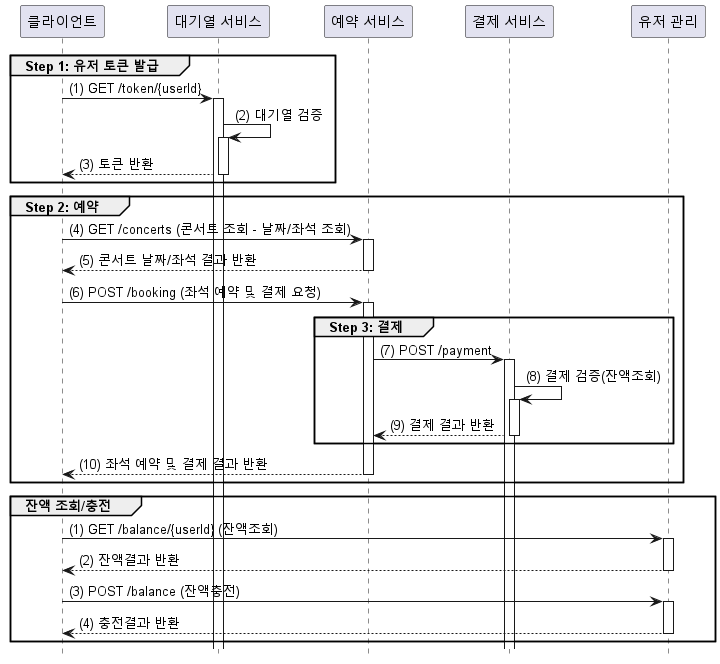
Earlier version of the PlantUML export sequnce-diagram.png (johnowlee/concert-booking). Source of this version:
```plantuml
@startuml

hide footbox
autoactivate on

participant "클라이언트" as clnt
participant "대기열 서비스" as que
participant "예약 서비스" as book
participant "결제 서비스" as pay
participant "유저 관리" as usr

group Step 1: 유저 토큰 발급
    autonumber 1 "(0)"
    clnt -> que : GET /token/{userId}
    que -> que : 대기열 검증
    que --> clnt : 토큰 반환
end

group Step 2: 예약
    autonumber 4 "(0)"
    clnt -> book : GET /concerts (콘서트 조회 - 날짜/좌석 조회)
    book --> clnt : 콘서트 날짜/좌석 결과 반환
    clnt -> book : POST /booking (좌석 예약 및 결제 요청)
    group Step 3: 결제
        book -> pay : POST /payment
        pay -> pay : 결제 검증(잔액조회)
        pay --> book : 결제 결과 반환
    end
    book --> clnt : 좌석 예약 및 결제 결과 반환
end

group 잔액 조회/충전
    autonumber 1 "(0)"
    clnt -> usr : GET /balance/{userId} (잔액조회)
    usr --> clnt : 잔액결과 반환
    clnt -> usr : POST /balance (잔액충전)
    usr --> clnt : 충전결과 반환
end


@enduml
```
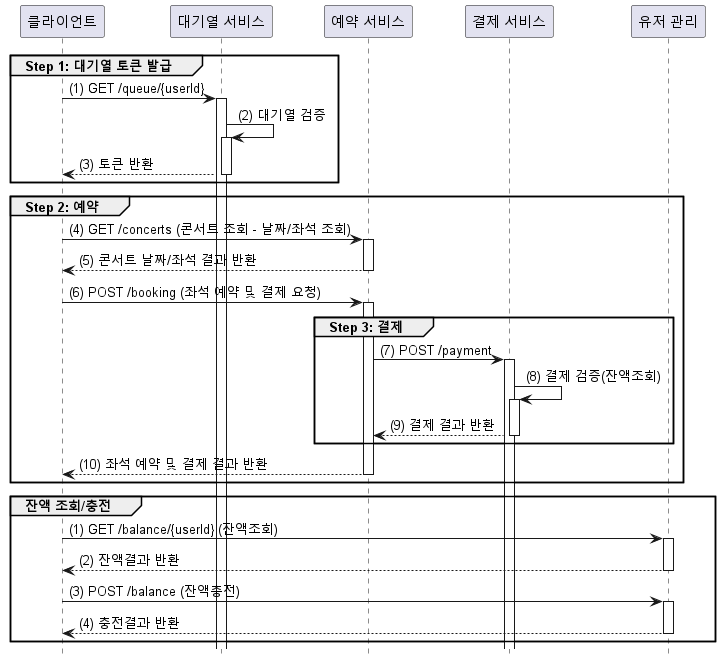
After the commit.

What changed in the source:
```diff
@@ -9,9 +9,9 @@
 participant "결제 서비스" as pay
 participant "유저 관리" as usr
 
-group Step 1: 유저 토큰 발급
+group Step 1: 대기열 토큰 발급
     autonumber 1 "(0)"
-    clnt -> que : GET /token/{userId}
+    clnt -> que : GET /queue/{userId}
     que -> que : 대기열 검증
     que --> clnt : 토큰 반환
 end
```
